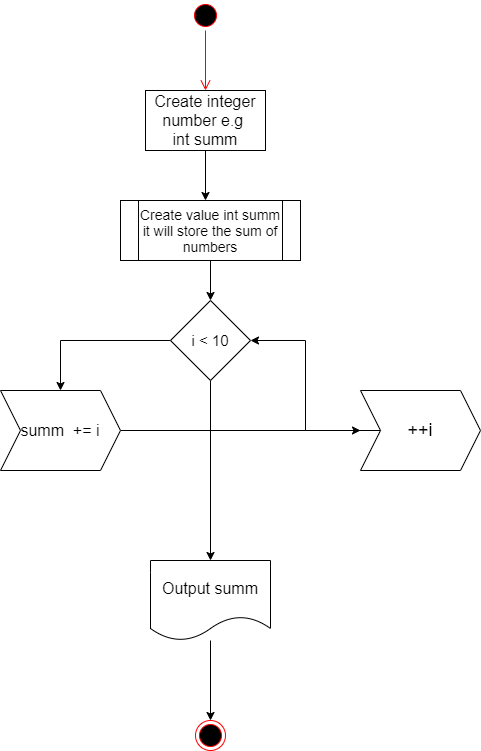
maxsdrv/GB_Algorithms_homework keeps this draw.io diagram as Task/Cycle.png. Above is the earlier version. Source tidied: cells renumbered, new cells last; positions are measured from the earlier drawing's top-left corner, leaving out a move shared by most shapes.
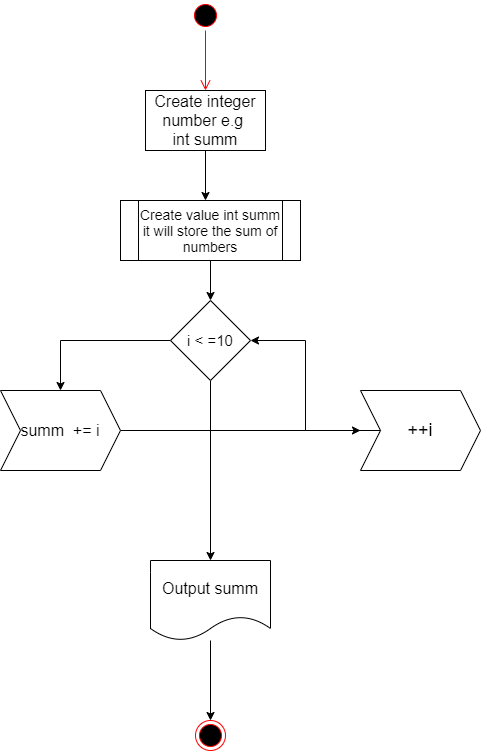
After the change.

Diff of the diagram source:
```diff
@@ -30,7 +30,7 @@
     <mxCell id="9" style="edgeStyle=orthogonalEdgeStyle;rounded=0;jettySize=auto;html=1;entryX=0.5;entryY=0;entryDx=0;entryDy=0;entryPerimeter=0;" parent="1" edge="1" source="10" target="16">
       <mxGeometry relative="1" as="geometry" />
     </mxCell>
-    <mxCell id="10" value="&lt;font style=&quot;font-size: 15px&quot;&gt;i &amp;lt; 10&lt;/font&gt;" style="rhombus;whiteSpace=wrap;html=1;" parent="1" vertex="1">
+    <mxCell id="10" value="&lt;font style=&quot;font-size: 15px&quot;&gt;i &amp;lt; =10&lt;/font&gt;" style="rhombus;whiteSpace=wrap;html=1;" parent="1" vertex="1">
       <mxGeometry x="170" y="300" width="80" height="80" as="geometry" />
     </mxCell>
     <mxCell id="11" style="edgeStyle=orthogonalEdgeStyle;rounded=0;jettySize=auto;html=1;entryX=0;entryY=0.5;entryDx=0;entryDy=0;entryPerimeter=0;" parent="1" edge="1" source="12" target="14">
```
